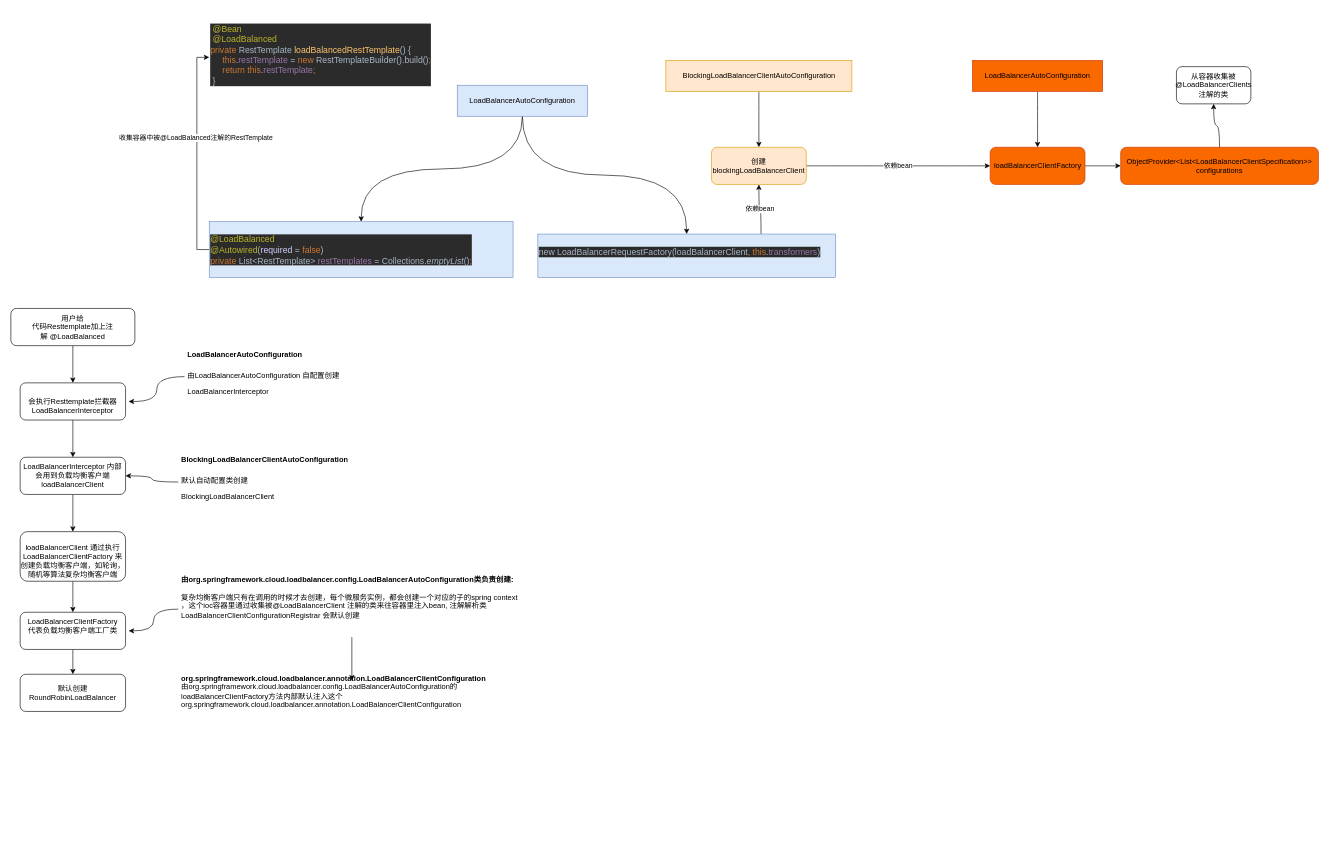
qymmdj/draw-io keeps this draw.io diagram as springcloud.drawio. Above is the earlier version. Source tidied: cells renumbered, new cells numbered last; positions are measured from the earlier drawing's top-left corner, leaving out a move shared by most shapes. Both pictures are drawn from the tidied source at 62%, with x=0, y=0 at pixel (11, 11).
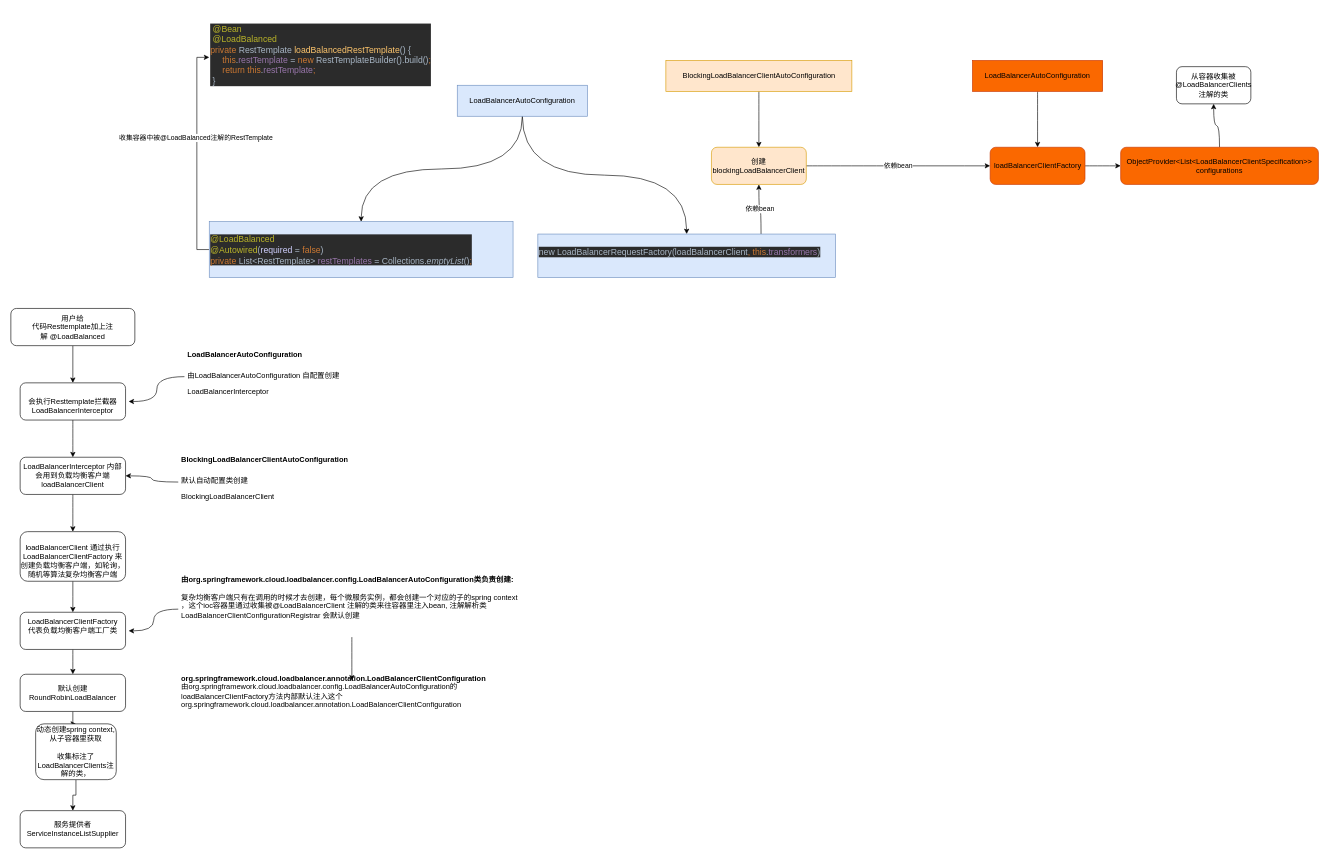
Above is the later version.

Unchanged cells that the change refers to:
```xml
<mxCell id="39" value="默认创建RoundRobinLoadBalancer" style="rounded=1;whiteSpace=wrap;html=1;" parent="1" vertex="1">
  <mxGeometry x="15" y="1070" width="170" height="60" as="geometry" />
</mxCell>
```

The edit, as a diff of the source:
```diff
@@
+    <mxCell id="41" style="edgeStyle=orthogonalEdgeStyle;rounded=0;jettySize=auto;html=1;" parent="1" edge="1" source="39" target="44">
+      <mxGeometry relative="1" as="geometry" />
+    </mxCell>
@@
+    <mxCell id="42" value="服务提供者&lt;br&gt;ServiceInstanceListSupplier" style="rounded=1;whiteSpace=wrap;html=1;" parent="1" vertex="1">
+      <mxGeometry x="15" y="1290" width="170" height="60" as="geometry" />
+    </mxCell>
+    <mxCell id="43" style="edgeStyle=orthogonalEdgeStyle;rounded=0;jettySize=auto;html=1;" parent="1" edge="1" source="44" target="42">
+      <mxGeometry relative="1" as="geometry" />
+    </mxCell>
+    <mxCell id="44" value="动态创建spring context,从子容器里获取&lt;br&gt;&lt;br&gt;收集标注了LoadBalancerClients注解的类，&lt;br&gt;" style="rounded=1;whiteSpace=wrap;html=1;" parent="1" vertex="1">
+      <mxGeometry x="40" y="1150" width="130" height="90" as="geometry" />
+    </mxCell>
```
